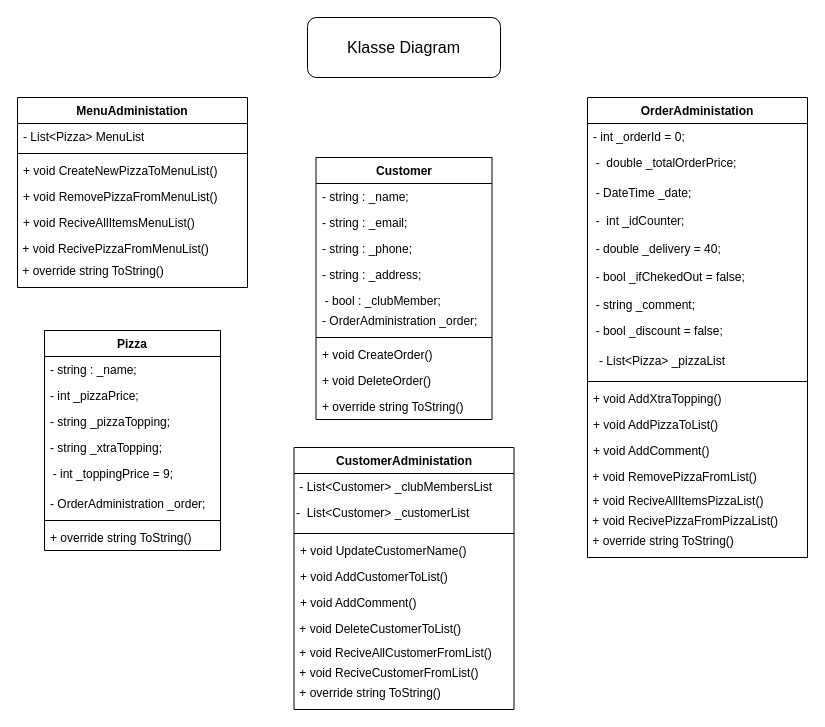
The draw.io diagram Big Mammas pizzaria/Uml2 Class Diagram.drawio in OBrixvig/Big-Mammas-pizzaria, before the edit. Source tidied: cells renumbered, new cells numbered last; positions are measured from the earlier drawing's top-left corner, leaving out a move shared by most shapes. Both pictures are drawn from the tidied source at 100%, with x=0, y=0 at pixel (17, 17).
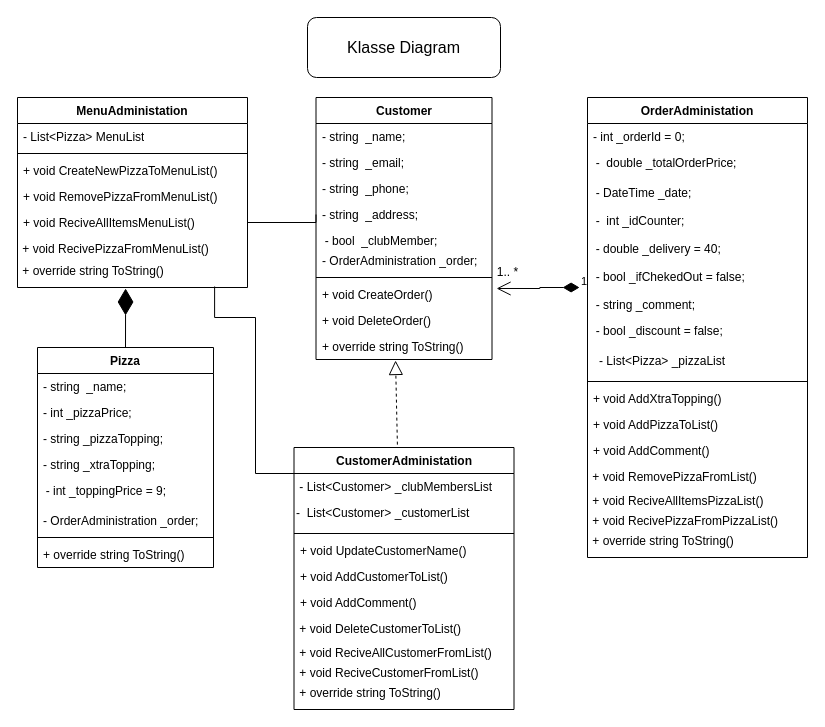
After the change.

The change refers to these unchanged cells:
```xml
<mxCell id="10" value="&lt;div&gt;+ void CreateOrder()&lt;/div&gt;" style="text;strokeColor=none;fillColor=none;align=left;verticalAlign=top;spacingLeft=4;spacingRight=4;overflow=hidden;points=[[0,0.5],[1,0.5]];portConstraint=eastwest;whiteSpace=wrap;html=1;" parent="2" vertex="1">
  <mxGeometry y="184" width="176" height="26" as="geometry" />
</mxCell>
<mxCell id="12" value="+ override string ToString()" style="text;strokeColor=none;fillColor=none;align=left;verticalAlign=top;spacingLeft=4;spacingRight=4;overflow=hidden;points=[[0,0.5],[1,0.5]];portConstraint=eastwest;whiteSpace=wrap;html=1;" parent="2" vertex="1">
  <mxGeometry y="236" width="176" height="26" as="geometry" />
</mxCell>
<mxCell id="19" value="+ void ReciveAllItemsMenuList()" style="text;strokeColor=none;fillColor=none;align=left;verticalAlign=top;spacingLeft=4;spacingRight=4;overflow=hidden;points=[[0,0.5],[1,0.5]];portConstraint=eastwest;whiteSpace=wrap;html=1;" parent="14" vertex="1">
  <mxGeometry y="112" width="230" height="26" as="geometry" />
</mxCell>
<mxCell id="21" value=" + override string ToString()" style="text;whiteSpace=wrap;" parent="14" vertex="1">
  <mxGeometry y="160" width="230" height="30" as="geometry" />
</mxCell>
<mxCell id="38" value="  - string _comment;" style="text;whiteSpace=wrap;" parent="31" vertex="1">
  <mxGeometry y="194" width="220" height="26" as="geometry" />
</mxCell>
<mxCell id="49" value="CustomerAdministation" style="swimlane;fontStyle=1;align=center;verticalAlign=top;horizontal=1;startSize=26;whiteSpace=wrap;html=1;" parent="1" vertex="1">
  <mxGeometry x="276.5" y="430" width="220" height="262" as="geometry" />
</mxCell>
<mxCell id="50" value=" - List&lt;Customer&gt; _clubMembersList" style="text;whiteSpace=wrap;" parent="49" vertex="1">
  <mxGeometry y="26" width="220" height="26" as="geometry" />
</mxCell>
```

The edit, as a diff of the source:
```diff
@@
     <mxCell id="2" value="&lt;div&gt;Customer&lt;/div&gt;&lt;div&gt;&lt;br&gt;&lt;/div&gt;" style="swimlane;fontStyle=1;align=center;verticalAlign=top;horizontal=1;startSize=26;whiteSpace=wrap;html=1;" parent="1" vertex="1">
-      <mxGeometry x="298.5" y="140" width="176" height="262" as="geometry" />
+      <mxGeometry x="298.5" y="80" width="176" height="262" as="geometry" />
     </mxCell>
-    <mxCell id="3" value="- string : _name;" style="text;strokeColor=none;fillColor=none;align=left;verticalAlign=top;spacingLeft=4;spacingRight=4;overflow=hidden;whiteSpace=wrap;html=1;" parent="2" vertex="1">
+    <mxCell id="3" value="- string&amp;nbsp; _name;" style="text;strokeColor=none;fillColor=none;align=left;verticalAlign=top;spacingLeft=4;spacingRight=4;overflow=hidden;whiteSpace=wrap;html=1;" parent="2" vertex="1">
       <mxGeometry y="26" width="176" height="26" as="geometry" />
     </mxCell>
-    <mxCell id="4" value="- string : _email;" style="text;strokeColor=none;fillColor=none;align=left;verticalAlign=top;spacingLeft=4;spacingRight=4;overflow=hidden;whiteSpace=wrap;html=1;" parent="2" vertex="1">
+    <mxCell id="4" value="- string&amp;nbsp; _email;" style="text;strokeColor=none;fillColor=none;align=left;verticalAlign=top;spacingLeft=4;spacingRight=4;overflow=hidden;whiteSpace=wrap;html=1;" parent="2" vertex="1">
       <mxGeometry y="52" width="176" height="26" as="geometry" />
     </mxCell>
-    <mxCell id="5" value="- string : _phone;" style="text;strokeColor=none;fillColor=none;align=left;verticalAlign=top;spacingLeft=4;spacingRight=4;overflow=hidden;whiteSpace=wrap;html=1;" parent="2" vertex="1">
+    <mxCell id="5" value="- string&amp;nbsp; _phone;" style="text;strokeColor=none;fillColor=none;align=left;verticalAlign=top;spacingLeft=4;spacingRight=4;overflow=hidden;whiteSpace=wrap;html=1;" parent="2" vertex="1">
       <mxGeometry y="78" width="176" height="26" as="geometry" />
     </mxCell>
-    <mxCell id="6" value="- string : _address;" style="text;strokeColor=none;fillColor=none;align=left;verticalAlign=top;spacingLeft=4;spacingRight=4;overflow=hidden;points=[[0,0.5],[1,0.5]];portConstraint=eastwest;whiteSpace=wrap;html=1;" parent="2" vertex="1">
+    <mxCell id="6" value="- string&amp;nbsp; _address;" style="text;strokeColor=none;fillColor=none;align=left;verticalAlign=top;spacingLeft=4;spacingRight=4;overflow=hidden;points=[[0,0.5],[1,0.5]];portConstraint=eastwest;whiteSpace=wrap;html=1;" parent="2" vertex="1">
       <mxGeometry y="104" width="176" height="26" as="geometry" />
     </mxCell>
-    <mxCell id="7" value="&lt;div&gt;&amp;nbsp; - bool : _clubMember;&lt;/div&gt;&lt;div&gt;&lt;br&gt;&lt;br&gt;&lt;/div&gt;" style="text;whiteSpace=wrap;html=1;" parent="2" vertex="1">
+    <mxCell id="7" value="&lt;div&gt;&amp;nbsp; - bool&amp;nbsp; _clubMember;&lt;/div&gt;&lt;div&gt;&lt;br&gt;&lt;br&gt;&lt;/div&gt;" style="text;whiteSpace=wrap;html=1;" parent="2" vertex="1">
       <mxGeometry y="130" width="176" height="20" as="geometry" />
     </mxCell>
@@
     <mxCell id="22" value="Pizza" style="swimlane;fontStyle=1;align=center;verticalAlign=top;horizontal=1;startSize=26;whiteSpace=wrap;html=1;" parent="1" vertex="1">
-      <mxGeometry x="27" y="313" width="176" height="220" as="geometry" />
+      <mxGeometry x="20" y="330" width="176" height="220" as="geometry" />
     </mxCell>
-    <mxCell id="23" value="- string : _name;" style="text;strokeColor=none;fillColor=none;align=left;verticalAlign=top;spacingLeft=4;spacingRight=4;overflow=hidden;whiteSpace=wrap;html=1;" parent="22" vertex="1">
+    <mxCell id="23" value="- string&amp;nbsp; _name;" style="text;strokeColor=none;fillColor=none;align=left;verticalAlign=top;spacingLeft=4;spacingRight=4;overflow=hidden;whiteSpace=wrap;html=1;" parent="22" vertex="1">
       <mxGeometry y="26" width="176" height="26" as="geometry" />
     </mxCell>
@@
+    <mxCell id="60" style="endArrow=diamondThin;endFill=1;endSize=24;html=1;rounded=0;entryX=0.47;entryY=1.033;entryDx=0;entryDy=0;entryPerimeter=0;exitX=0.5;exitY=0;exitDx=0;exitDy=0;" parent="1" edge="1" source="22" target="21">
+      <mxGeometry relative="1" as="geometry" />
+    </mxCell>
+    <mxCell id="61" style="endArrow=none;html=1;edgeStyle=orthogonalEdgeStyle;rounded=0;entryX=0;entryY=0.5;entryDx=0;entryDy=0;exitX=1;exitY=0.5;exitDx=0;exitDy=0;" parent="1" edge="1" source="19" target="6">
+      <mxGeometry relative="1" as="geometry">
+        <Array as="points">
+          <mxPoint x="299" y="205" />
+        </Array>
+      </mxGeometry>
+    </mxCell>
+    <mxCell id="62" style="endArrow=none;html=1;edgeStyle=orthogonalEdgeStyle;rounded=0;exitX=0.857;exitY=0.967;exitDx=0;exitDy=0;exitPerimeter=0;entryX=0;entryY=0;entryDx=0;entryDy=0;" parent="1" edge="1" source="21" target="50">
+      <mxGeometry relative="1" as="geometry">
+        <Array as="points">
+          <mxPoint x="197" y="300" />
+          <mxPoint x="238" y="300" />
+          <mxPoint x="238" y="456" />
+        </Array>
+      </mxGeometry>
+    </mxCell>
+    <mxCell id="63" style="endArrow=block;dashed=1;endFill=0;endSize=12;html=1;rounded=0;exitX=0.47;exitY=-0.011;exitDx=0;exitDy=0;exitPerimeter=0;entryX=0.452;entryY=1.038;entryDx=0;entryDy=0;entryPerimeter=0;" parent="1" edge="1" source="49" target="12">
+      <mxGeometry relative="1" as="geometry" />
+    </mxCell>
+    <mxCell id="64" value="1" style="endArrow=open;html=1;endSize=12;startArrow=diamondThin;startSize=14;startFill=1;edgeStyle=orthogonalEdgeStyle;align=left;verticalAlign=bottom;rounded=0;exitX=-0.036;exitY=-0.154;exitDx=0;exitDy=0;exitPerimeter=0;entryX=1.026;entryY=0.269;entryDx=0;entryDy=0;entryPerimeter=0;" parent="1" edge="1" source="38" target="10">
+      <mxGeometry x="-1" y="3" relative="1" as="geometry" />
+    </mxCell>
+    <mxCell id="65" value="1.. *" style="text;html=1;align=center;verticalAlign=middle;strokeColor=none;fillColor=none;" parent="1" vertex="1">
+      <mxGeometry x="469.5" y="240" width="40" height="30" as="geometry" />
+    </mxCell>
```
